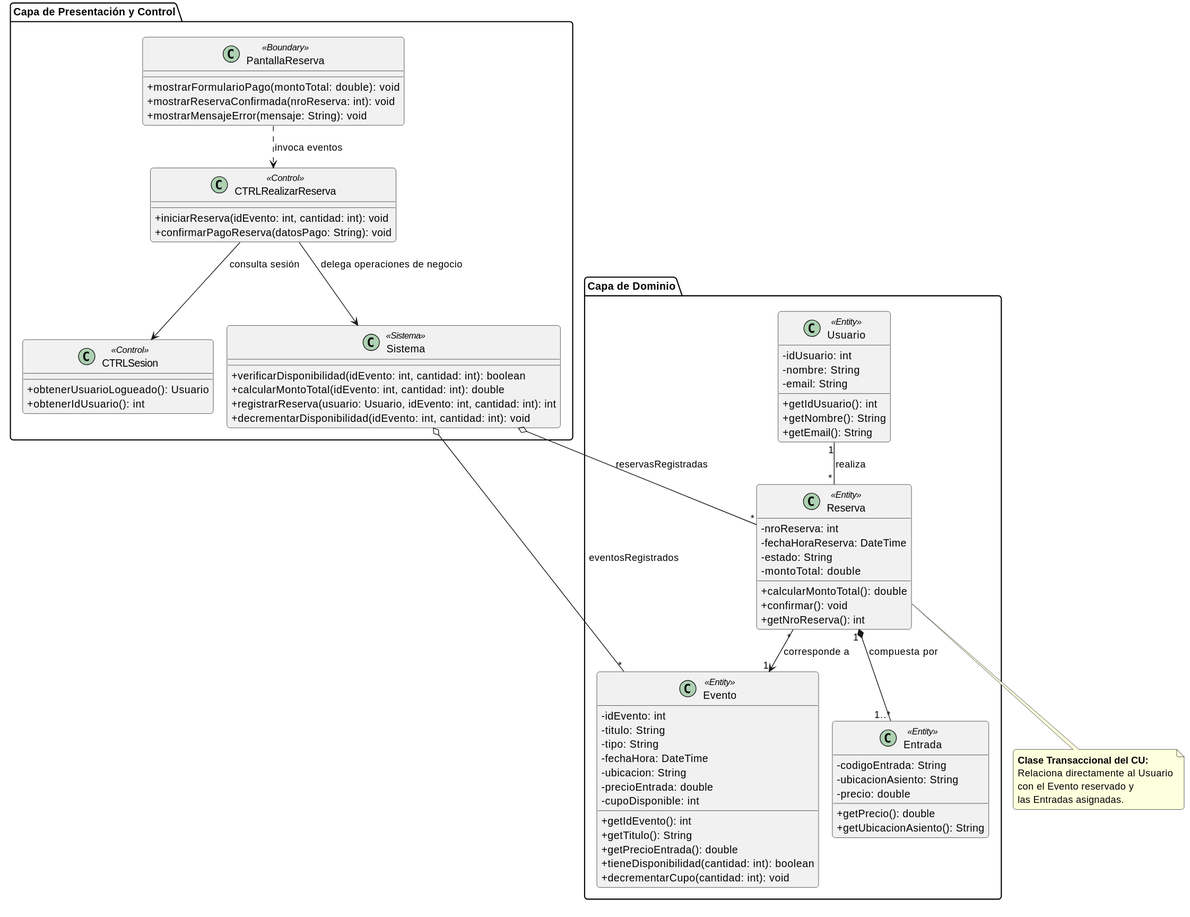
sandobaitt/dsi-2026 keeps this PlantUML diagram as modelos/01/03-diagrama-clases/clases_realizar_reserva.svg. Above is the earlier version. Source of this version:
```plantuml
@startuml
!pragma layout smetana
!pragma layout smetana
skinparam shadowing false
skinparam roundcorner 8
skinparam classAttributeIconSize 0
skinparam linetype ortho


package "Capa de Presentación y Control" {

    class "PantallaReserva" as UI <<Boundary>> {
        + mostrarFormularioPago(montoTotal: double): void
        + mostrarReservaConfirmada(nroReserva: int): void
        + mostrarMensajeError(mensaje: String): void
    }

    class "CTRLRealizarReserva" as CTRL <<Control>> {
        + iniciarReserva(idEvento: int, cantidad: int): void
        + confirmarPagoReserva(datosPago: String): void
    }

    class "CTRLSesion" as CTRLSesion <<Control>> {
        + obtenerUsuarioLogueado(): Usuario
        + obtenerIdUsuario(): int
    }

    class "Sistema" as Sistema <<Sistema>> {
        + verificarDisponibilidad(idEvento: int, cantidad: int): boolean
        + calcularMontoTotal(idEvento: int, cantidad: int): double
        + registrarReserva(usuario: Usuario, idEvento: int, cantidad: int): int
        + decrementarDisponibilidad(idEvento: int, cantidad: int): void
    }
}

package "Capa de Dominio" {

    class "Usuario" as Usuario <<Entity>> {
        - idUsuario: int
        - nombre: String
        - email: String
        + getIdUsuario(): int
        + getNombre(): String
        + getEmail(): String
    }

    class "Evento" as Evento <<Entity>> {
        - idEvento: int
        - titulo: String
        - tipo: String
        - fechaHora: DateTime
        - ubicacion: String
        - precioEntrada: double
        - cupoDisponible: int
        + getIdEvento(): int
        + getTitulo(): String
        + getPrecioEntrada(): double
        + tieneDisponibilidad(cantidad: int): boolean
        + decrementarCupo(cantidad: int): void
    }

    class "Reserva" as Reserva <<Entity>> {
        - nroReserva: int
        - fechaHoraReserva: DateTime
        - estado: String
        - montoTotal: double
        + calcularMontoTotal(): double
        + confirmar(): void
        + getNroReserva(): int
    }

    class "Entrada" as Entrada <<Entity>> {
        - codigoEntrada: String
        - ubicacionAsiento: String
        - precio: double
        + getPrecio(): double
        + getUbicacionAsiento(): String
    }
}


UI ..> CTRL : invoca eventos >
CTRL --> CTRLSesion : consulta sesión >
CTRL --> Sistema : delega operaciones de negocio >

Sistema o-- "*" Evento : eventosRegistrados
Sistema o-- "*" Reserva : reservasRegistradas

Usuario "1" -- "*" Reserva : realiza >
Reserva "*" --> "1" Evento : corresponde a >
Reserva "1" *-- "1..*" Entrada : compuesta por >

note bottom of Reserva
  **Clase Transaccional del CU:**
  Relaciona directamente al Usuario
  con el Evento reservado y
  las Entradas asignadas.
end note
@enduml
```
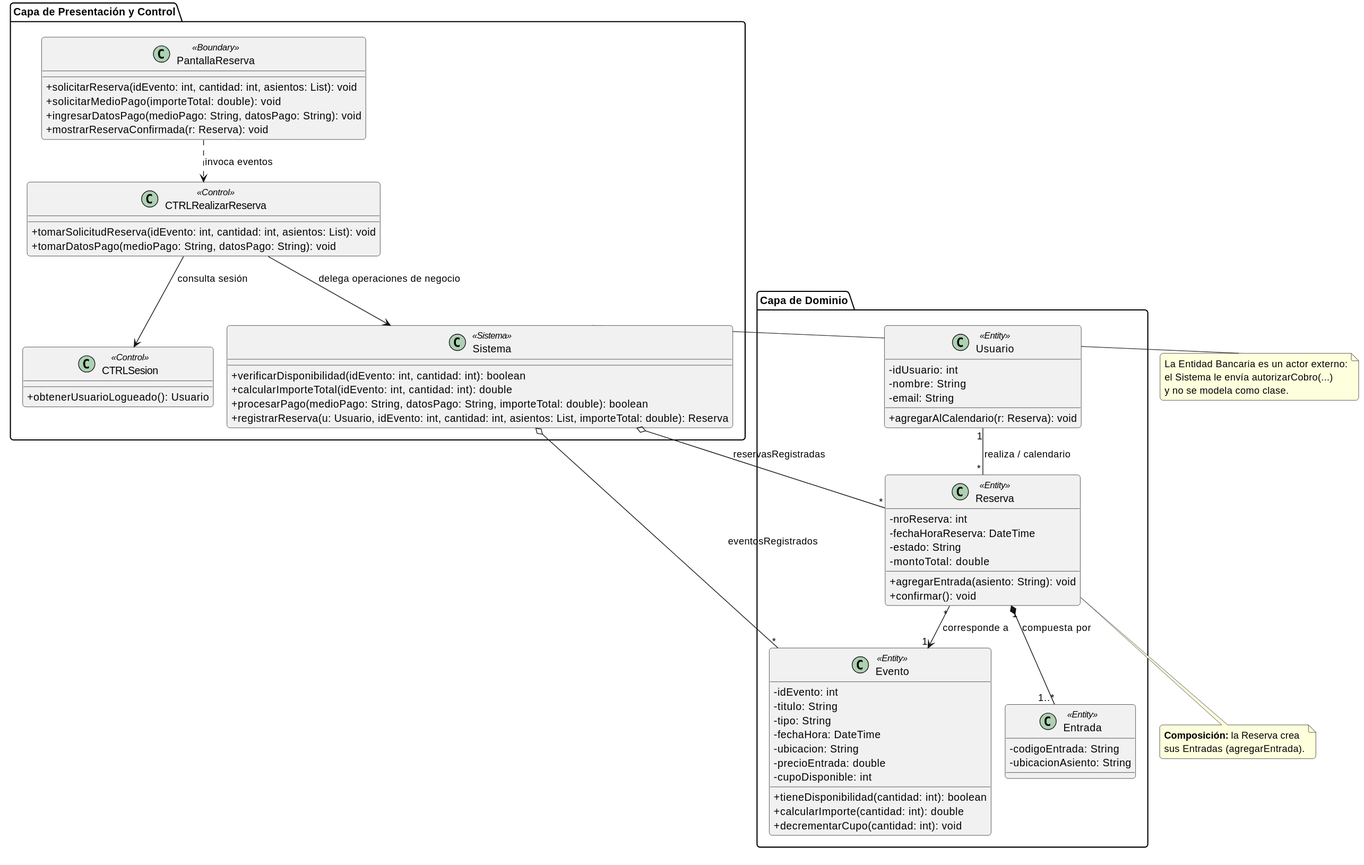
After the change.

Change to the diagram source:
```diff
@@ -10,26 +10,26 @@
 package "Capa de Presentación y Control" {
 
     class "PantallaReserva" as UI <<Boundary>> {
-        + mostrarFormularioPago(montoTotal: double): void
-        + mostrarReservaConfirmada(nroReserva: int): void
-        + mostrarMensajeError(mensaje: String): void
+        + solicitarReserva(idEvento: int, cantidad: int, asientos: List): void
+        + solicitarMedioPago(importeTotal: double): void
+        + ingresarDatosPago(medioPago: String, datosPago: String): void
+        + mostrarReservaConfirmada(r: Reserva): void
     }
 
     class "CTRLRealizarReserva" as CTRL <<Control>> {
-        + iniciarReserva(idEvento: int, cantidad: int): void
-        + confirmarPagoReserva(datosPago: String): void
+        + tomarSolicitudReserva(idEvento: int, cantidad: int, asientos: List): void
+        + tomarDatosPago(medioPago: String, datosPago: String): void
     }
 
     class "CTRLSesion" as CTRLSesion <<Control>> {
         + obtenerUsuarioLogueado(): Usuario
-        + obtenerIdUsuario(): int
     }
 
     class "Sistema" as Sistema <<Sistema>> {
         + verificarDisponibilidad(idEvento: int, cantidad: int): boolean
-        + calcularMontoTotal(idEvento: int, cantidad: int): double
-        + registrarReserva(usuario: Usuario, idEvento: int, cantidad: int): int
-        + decrementarDisponibilidad(idEvento: int, cantidad: int): void
+        + calcularImporteTotal(idEvento: int, cantidad: int): double
+        + procesarPago(medioPago: String, datosPago: String, importeTotal: double): boolean
+        + registrarReserva(u: Usuario, idEvento: int, cantidad: int, asientos: List, importeTotal: double): Reserva
     }
 }
 
@@ -39,9 +39,7 @@
         - idUsuario: int
         - nombre: String
         - email: String
-        + getIdUsuario(): int
-        + getNombre(): String
-        + getEmail(): String
+        + agregarAlCalendario(r: Reserva): void
     }
 
     class "Evento" as Evento <<Entity>> {
@@ -52,10 +50,8 @@
         - ubicacion: String
         - precioEntrada: double
         - cupoDisponible: int
-        + getIdEvento(): int
-        + getTitulo(): String
-        + getPrecioEntrada(): double
         + tieneDisponibilidad(cantidad: int): boolean
+        + calcularImporte(cantidad: int): double
         + decrementarCupo(cantidad: int): void
     }
 
@@ -64,17 +60,13 @@
         - fechaHoraReserva: DateTime
         - estado: String
         - montoTotal: double
-        + calcularMontoTotal(): double
+        + agregarEntrada(asiento: String): void
         + confirmar(): void
-        + getNroReserva(): int
     }
 
     class "Entrada" as Entrada <<Entity>> {
         - codigoEntrada: String
         - ubicacionAsiento: String
-        - precio: double
-        + getPrecio(): double
-        + getUbicacionAsiento(): String
     }
 }
 
@@ -86,14 +78,18 @@
 Sistema o-- "*" Evento : eventosRegistrados
 Sistema o-- "*" Reserva : reservasRegistradas
 
-Usuario "1" -- "*" Reserva : realiza >
+Usuario "1" -- "*" Reserva : realiza / calendario >
 Reserva "*" --> "1" Evento : corresponde a >
 Reserva "1" *-- "1..*" Entrada : compuesta por >
 
 note bottom of Reserva
-  **Clase Transaccional del CU:**
-  Relaciona directamente al Usuario
-  con el Evento reservado y
-  las Entradas asignadas.
+  **Composición:** la Reserva crea
+  sus Entradas (agregarEntrada).
+end note
+
+note right of Sistema
+  La Entidad Bancaria es un actor externo:
+  el Sistema le envía autorizarCobro(...)
+  y no se modela como clase.
 end note
 @enduml
```
